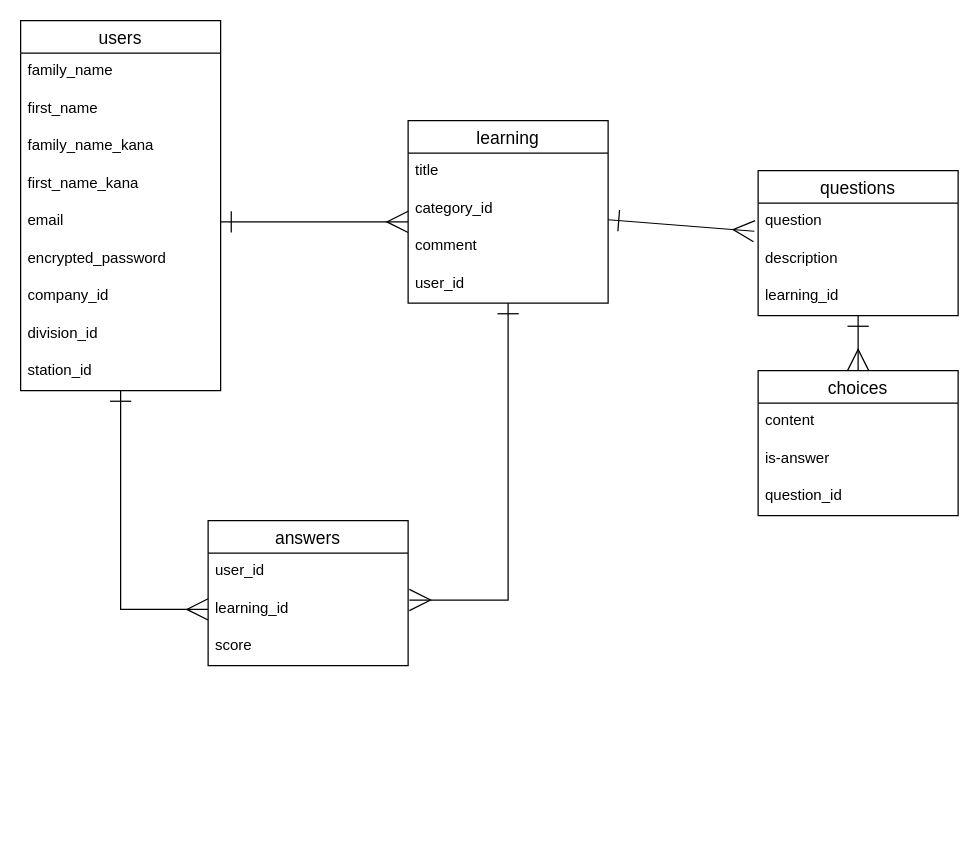
Before: furima.dio in nekoyarow/elearning-38317, a draw.io diagram. Source tidied: cells renumbered, new cells numbered last; positions are measured from the earlier drawing's top-left corner, leaving out a move shared by most shapes. Both pictures are drawn from the tidied source at 125%, with x=0, y=0 at pixel (20, 20).
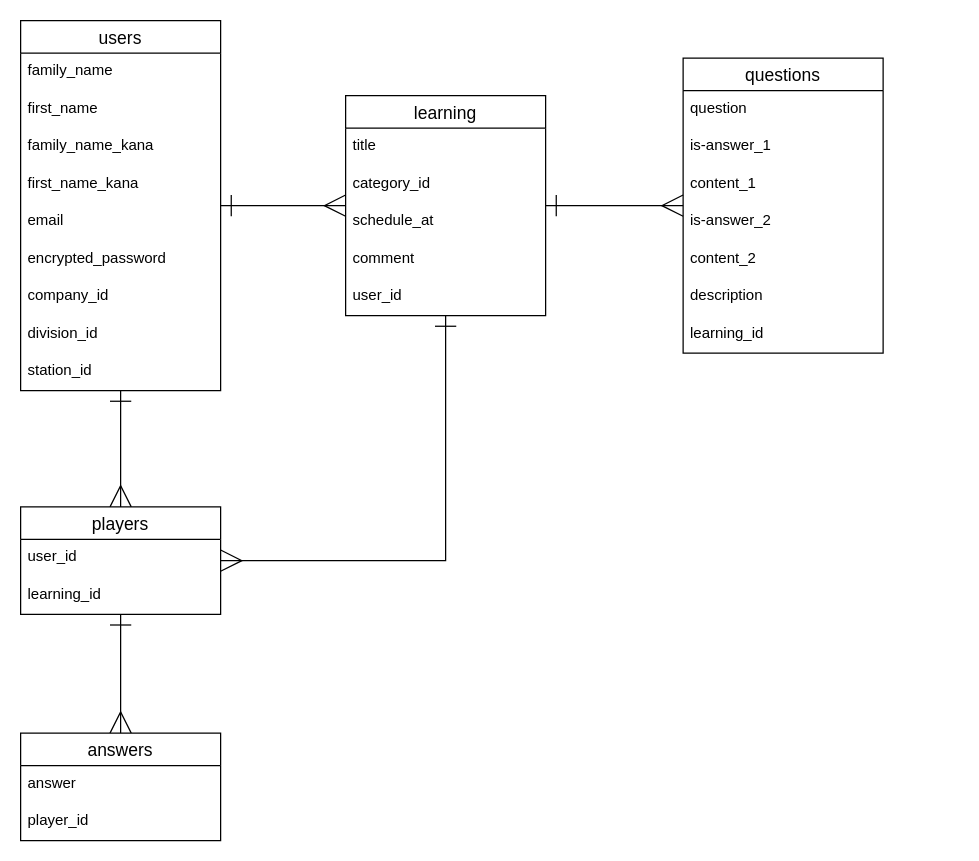
The same diagram, later.

Commit message (it also covers changes not shown here):
player、answerモデル作成

The change refers to these unchanged cells:
```xml
<mxCell id="3" value="users" style="swimlane;fontStyle=0;horizontal=1;startSize=26;align=center;fontSize=14;" parent="1" vertex="1">
  <mxGeometry width="160" height="296" as="geometry" />
</mxCell>
<mxCell id="8" value="email" style="text;strokeColor=none;fillColor=none;spacingLeft=4;spacingRight=4;overflow=hidden;points=[[0,0.5],[1,0.5]];portConstraint=eastwest;fontSize=12;" parent="3" vertex="1">
  <mxGeometry y="146" width="160" height="30" as="geometry" />
</mxCell>
<mxCell id="22" value="question" style="text;strokeColor=none;fillColor=none;spacingLeft=4;spacingRight=4;overflow=hidden;points=[[0,0.5],[1,0.5]];portConstraint=eastwest;fontSize=12;" parent="21" vertex="1">
  <mxGeometry y="26" width="160" height="30" as="geometry" />
</mxCell>
<mxCell id="31" value="learning_id" style="text;strokeColor=none;fillColor=none;spacingLeft=4;spacingRight=4;overflow=hidden;points=[[0,0.5],[1,0.5]];portConstraint=eastwest;fontSize=12;" parent="29" vertex="1">
  <mxGeometry y="56" width="160" height="30" as="geometry" />
</mxCell>
```

Diff of the diagram source:
```diff
@@
-    <mxCell id="2" style="edgeStyle=orthogonalEdgeStyle;rounded=0;html=1;startArrow=ERone;startFill=0;endArrow=ERmany;endFill=0;startSize=15;endSize=15;entryX=0;entryY=0.5;entryDx=0;entryDy=0;" parent="1" edge="1" source="3" target="31">
+    <mxCell id="2" style="edgeStyle=orthogonalEdgeStyle;rounded=0;html=1;startArrow=ERone;startFill=0;endArrow=ERmany;endFill=0;startSize=15;endSize=15;entryX=0.5;entryY=0;entryDx=0;entryDy=0;" parent="1" edge="1" source="3" target="29">
       <mxGeometry relative="1" as="geometry" />
     </mxCell>
+    <mxCell id="34" style="rounded=0;html=1;startArrow=ERone;startFill=0;endArrow=ERmany;endFill=0;startSize=15;endSize=15;" parent="1" edge="1" source="3" target="15">
+      <mxGeometry relative="1" as="geometry" />
+    </mxCell>
@@
-    <mxCell id="13" style="edgeStyle=none;html=1;entryX=-0.019;entryY=0.75;entryDx=0;entryDy=0;entryPerimeter=0;startArrow=ERone;startFill=0;endArrow=ERmany;endFill=0;startSize=15;endSize=15;" parent="1" edge="1" source="15" target="22">
-      <mxGeometry relative="1" as="geometry" />
-    </mxCell>
-    <mxCell id="14" style="edgeStyle=orthogonalEdgeStyle;html=1;startArrow=ERone;startFill=0;endArrow=ERmany;endFill=0;startSize=15;endSize=15;entryX=1.006;entryY=0.25;entryDx=0;entryDy=0;entryPerimeter=0;rounded=0;" parent="1" edge="1" source="15" target="31">
-      <mxGeometry relative="1" as="geometry" />
-    </mxCell>
+    <mxCell id="35" style="edgeStyle=none;rounded=0;html=1;startArrow=ERone;startFill=0;endArrow=ERmany;endFill=0;startSize=15;endSize=15;" parent="1" edge="1" source="15" target="21">
+      <mxGeometry relative="1" as="geometry" />
+    </mxCell>
+    <mxCell id="36" style="edgeStyle=orthogonalEdgeStyle;rounded=0;html=1;startArrow=ERone;startFill=0;endArrow=ERmany;endFill=0;startSize=15;endSize=15;" parent="1" edge="1" source="15" target="29">
+      <mxGeometry relative="1" as="geometry">
+        <Array as="points">
+          <mxPoint x="340" y="432" />
+        </Array>
+      </mxGeometry>
+    </mxCell>
     <mxCell id="15" value="learning" style="swimlane;fontStyle=0;horizontal=1;startSize=26;align=center;fontSize=14;" parent="1" vertex="1">
-      <mxGeometry x="310" y="80" width="160" height="146" as="geometry" />
+      <mxGeometry x="260" y="60" width="160" height="176" as="geometry" />
     </mxCell>
@@
+    <mxCell id="37" value="schedule_at" style="text;strokeColor=none;fillColor=none;spacingLeft=4;spacingRight=4;overflow=hidden;fontSize=12;" parent="15" vertex="1">
+      <mxGeometry y="86" width="160" height="30" as="geometry" />
+    </mxCell>
     <mxCell id="18" value="comment" style="text;strokeColor=none;fillColor=none;spacingLeft=4;spacingRight=4;overflow=hidden;fontSize=12;" parent="15" vertex="1">
-      <mxGeometry y="86" width="160" height="30" as="geometry" />
+      <mxGeometry y="116" width="160" height="30" as="geometry" />
     </mxCell>
     <mxCell id="19" value="user_id" style="text;strokeColor=none;fillColor=none;spacingLeft=4;spacingRight=4;overflow=hidden;fontSize=12;" parent="15" vertex="1">
-      <mxGeometry y="116" width="160" height="30" as="geometry" />
+      <mxGeometry y="146" width="160" height="30" as="geometry" />
     </mxCell>
-    <mxCell id="20" style="edgeStyle=none;html=1;startArrow=ERone;startFill=0;endArrow=ERmany;endFill=0;startSize=15;endSize=15;entryX=0.5;entryY=0;entryDx=0;entryDy=0;" parent="1" edge="1" source="21" target="25">
-      <mxGeometry relative="1" as="geometry" />
-    </mxCell>
     <mxCell id="21" value="questions" style="swimlane;fontStyle=0;horizontal=1;startSize=26;align=center;fontSize=14;" parent="1" vertex="1">
-      <mxGeometry x="590" y="120" width="160" height="116" as="geometry" />
+      <mxGeometry x="530" y="30" width="160" height="236" as="geometry" />
     </mxCell>
@@
+    <mxCell id="27" value="is-answer_1" style="text;strokeColor=none;fillColor=none;spacingLeft=4;spacingRight=4;overflow=hidden;fontSize=12;" parent="21" vertex="1">
+      <mxGeometry y="56" width="160" height="30" as="geometry" />
+    </mxCell>
+    <mxCell id="38" value="content_1" style="text;strokeColor=none;fillColor=none;spacingLeft=4;spacingRight=4;overflow=hidden;fontSize=12;" parent="21" vertex="1">
+      <mxGeometry y="86" width="160" height="30" as="geometry" />
+    </mxCell>
+    <mxCell id="39" value="is-answer_2" style="text;strokeColor=none;fillColor=none;spacingLeft=4;spacingRight=4;overflow=hidden;fontSize=12;" parent="21" vertex="1">
+      <mxGeometry y="116" width="160" height="30" as="geometry" />
+    </mxCell>
+    <mxCell id="40" value="content_2" style="text;strokeColor=none;fillColor=none;spacingLeft=4;spacingRight=4;overflow=hidden;fontSize=12;" parent="21" vertex="1">
+      <mxGeometry y="146" width="160" height="30" as="geometry" />
+    </mxCell>
     <mxCell id="23" value="description" style="text;strokeColor=none;fillColor=none;spacingLeft=4;spacingRight=4;overflow=hidden;fontSize=12;" parent="21" vertex="1">
-      <mxGeometry y="56" width="160" height="30" as="geometry" />
+      <mxGeometry y="176" width="160" height="30" as="geometry" />
     </mxCell>
     <mxCell id="24" value="learning_id" style="text;strokeColor=none;fillColor=none;spacingLeft=4;spacingRight=4;overflow=hidden;fontSize=12;" parent="21" vertex="1">
-      <mxGeometry y="86" width="160" height="30" as="geometry" />
+      <mxGeometry y="206" width="160" height="30" as="geometry" />
     </mxCell>
-    <mxCell id="25" value="choices" style="swimlane;fontStyle=0;horizontal=1;startSize=26;align=center;fontSize=14;" parent="1" vertex="1">
-      <mxGeometry x="590" y="280" width="160" height="116" as="geometry" />
-    </mxCell>
-    <mxCell id="26" value="content" style="text;strokeColor=none;fillColor=none;spacingLeft=4;spacingRight=4;overflow=hidden;fontSize=12;" parent="25" vertex="1">
-      <mxGeometry y="26" width="160" height="30" as="geometry" />
-    </mxCell>
-    <mxCell id="27" value="is-answer" style="text;strokeColor=none;fillColor=none;spacingLeft=4;spacingRight=4;overflow=hidden;fontSize=12;" parent="25" vertex="1">
-      <mxGeometry y="56" width="160" height="30" as="geometry" />
-    </mxCell>
-    <mxCell id="28" value="question_id" style="text;strokeColor=none;fillColor=none;spacingLeft=4;spacingRight=4;overflow=hidden;fontSize=12;" parent="25" vertex="1">
-      <mxGeometry y="86" width="160" height="30" as="geometry" />
-    </mxCell>
+    <mxCell id="41" style="edgeStyle=none;rounded=0;html=1;startArrow=ERone;startFill=0;endArrow=ERmany;endFill=0;startSize=15;endSize=15;" parent="1" edge="1" source="29" target="42">
+      <mxGeometry relative="1" as="geometry" />
+    </mxCell>
-    <mxCell id="29" value="answers" style="swimlane;fontStyle=0;horizontal=1;startSize=26;align=center;fontSize=14;" parent="1" vertex="1">
-      <mxGeometry x="150" y="400" width="160" height="116" as="geometry" />
+    <mxCell id="29" value="players" style="swimlane;fontStyle=0;horizontal=1;startSize=26;align=center;fontSize=14;" parent="1" vertex="1">
+      <mxGeometry y="389" width="160" height="86" as="geometry" />
     </mxCell>
@@
-    <mxCell id="32" value="score" style="text;strokeColor=none;fillColor=none;spacingLeft=4;spacingRight=4;overflow=hidden;fontSize=12;" parent="29" vertex="1">
-      <mxGeometry y="86" width="160" height="30" as="geometry" />
-    </mxCell>
-    <mxCell id="33" style="edgeStyle=none;html=1;startArrow=ERone;startFill=0;endArrow=ERmany;endFill=0;startSize=15;endSize=15;" parent="1" edge="1" source="8">
-      <mxGeometry relative="1" as="geometry">
-        <mxPoint x="310" y="161" as="targetPoint" />
-      </mxGeometry>
-    </mxCell>
+    <mxCell id="42" value="answers" style="swimlane;fontStyle=0;horizontal=1;startSize=26;align=center;fontSize=14;" parent="1" vertex="1">
+      <mxGeometry y="570" width="160" height="86" as="geometry" />
+    </mxCell>
+    <mxCell id="43" value="answer" style="text;strokeColor=none;fillColor=none;spacingLeft=4;spacingRight=4;overflow=hidden;fontSize=12;" parent="42" vertex="1">
+      <mxGeometry y="26" width="160" height="30" as="geometry" />
+    </mxCell>
+    <mxCell id="44" value="player_id" style="text;strokeColor=none;fillColor=none;spacingLeft=4;spacingRight=4;overflow=hidden;fontSize=12;" parent="42" vertex="1">
+      <mxGeometry y="56" width="160" height="30" as="geometry" />
+    </mxCell>
```
